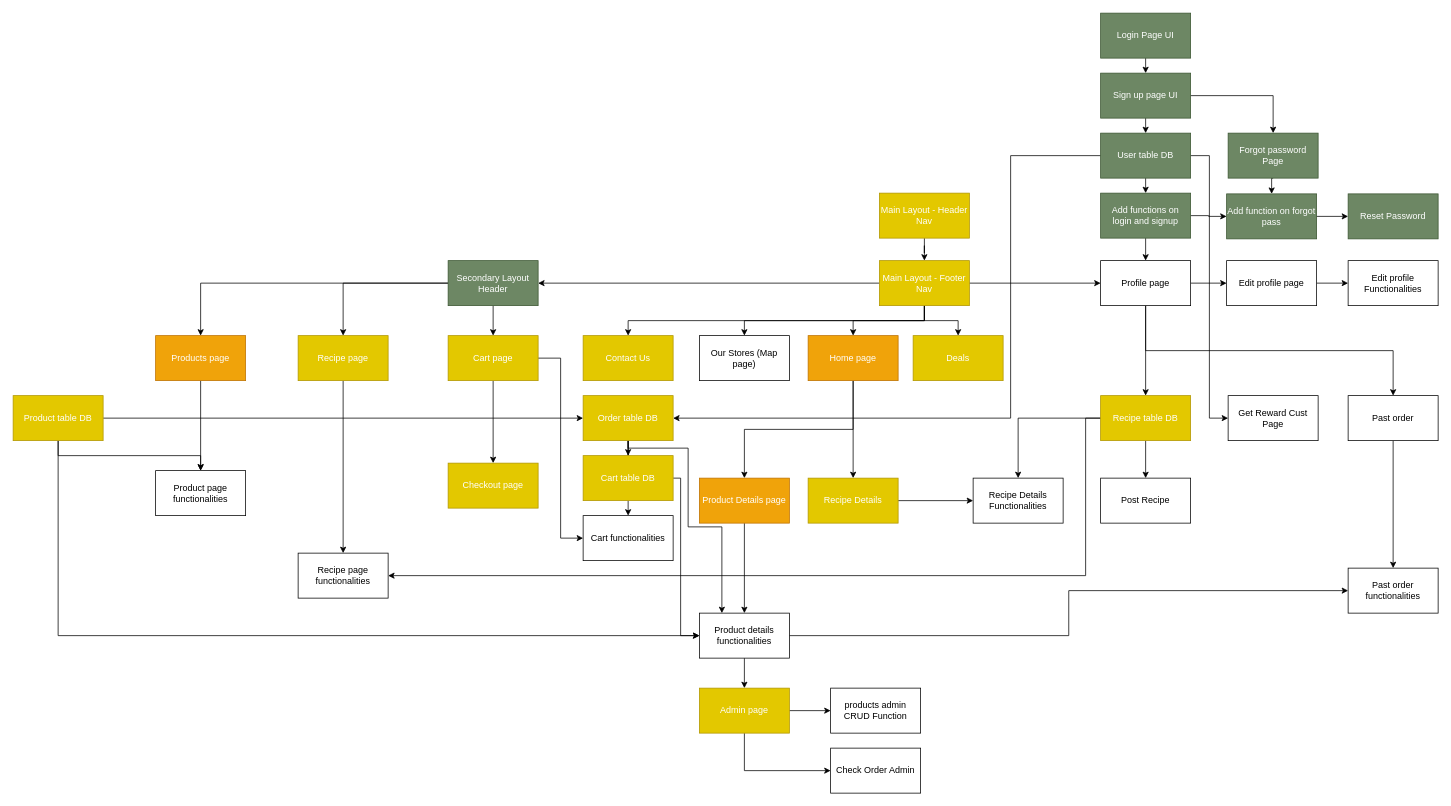
Before: Untitled Diagram.drawio in Wavergg/721SoftwareEngineering, a draw.io diagram. Source tidied: cells renumbered, new cells numbered last; positions are measured from the earlier drawing's top-left corner, leaving out a move shared by most shapes. Both pictures are drawn from the tidied source at 75%, with x=0, y=0 at pixel (13, 13).
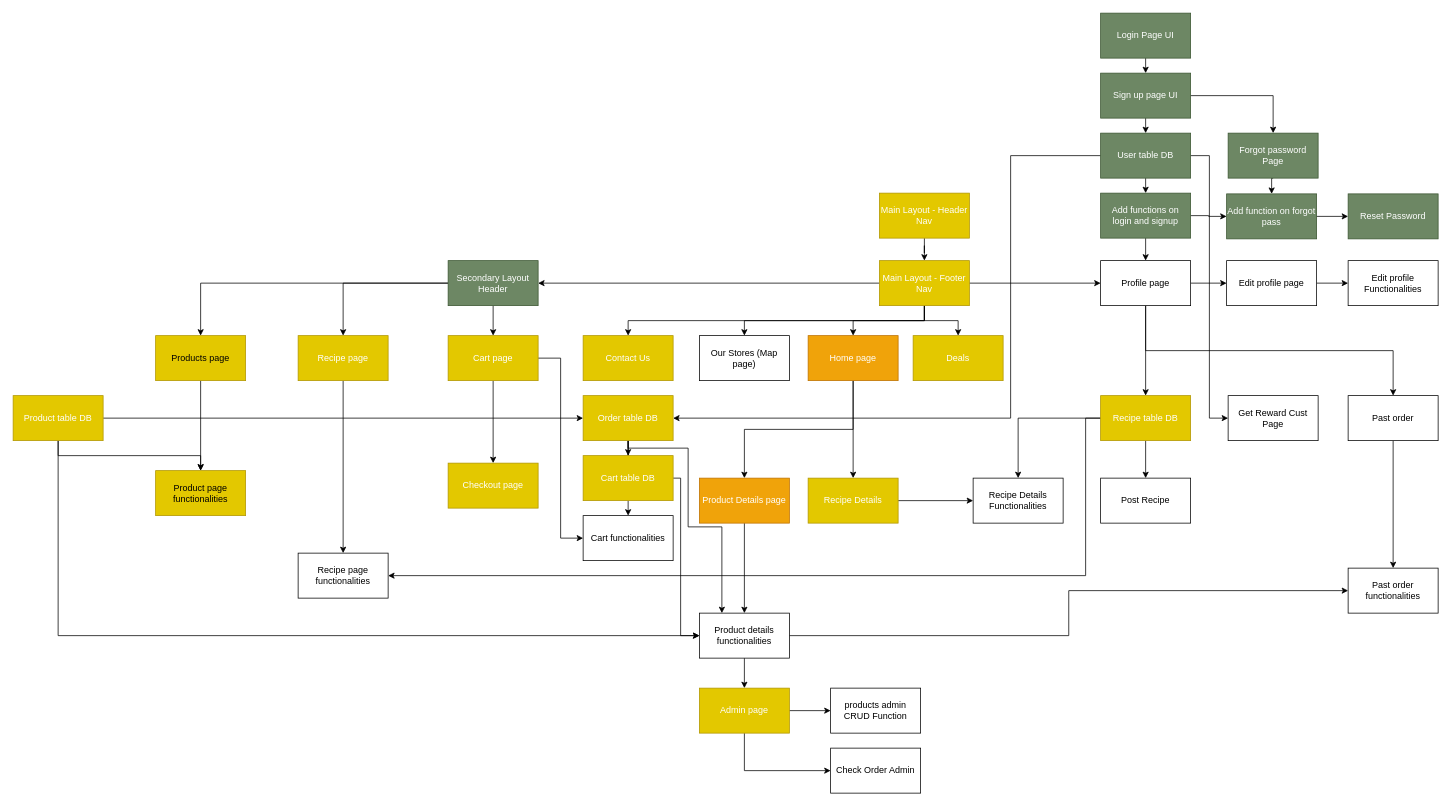
The same diagram, later.

Change to the diagram source:
```diff
@@
-    <mxCell id="59" value="Products page" style="rounded=0;whiteSpace=wrap;html=1;fillColor=#f0a30a;strokeColor=#BD7000;fontColor=#ffffff;" parent="1" vertex="1">
+    <mxCell id="59" value="Products page" style="rounded=0;whiteSpace=wrap;html=1;fillColor=#e3c800;strokeColor=#B09500;fontColor=#000000;" parent="1" vertex="1">
       <mxGeometry x="190" y="430" width="120" height="60" as="geometry" />
     </mxCell>
@@
-    <mxCell id="65" value="Product page functionalities" style="rounded=0;whiteSpace=wrap;html=1;" parent="1" vertex="1">
+    <mxCell id="65" value="Product page functionalities" style="rounded=0;whiteSpace=wrap;html=1;fillColor=#e3c800;strokeColor=#B09500;fontColor=#000000;" parent="1" vertex="1">
       <mxGeometry x="190" y="610" width="120" height="60" as="geometry" />
     </mxCell>
```
